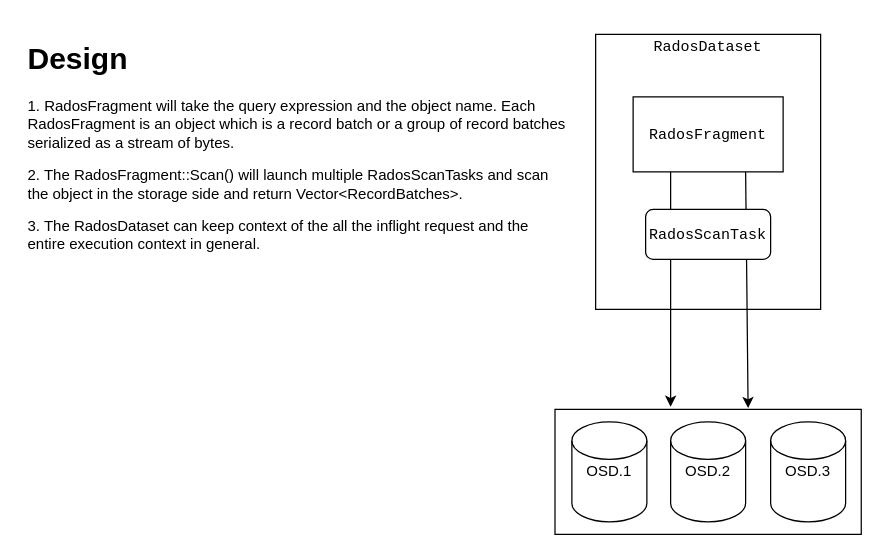
Earlier version of the draw.io diagram arrow-cls.drawio (JayjeetAtGithub/draw.io). Source tidied: cells renumbered, new cells numbered last; positions are measured from the earlier drawing's top-left corner, leaving out a move shared by most shapes. Both pictures are drawn from the tidied source at 125%, with x=0, y=0 at pixel (21, 34).
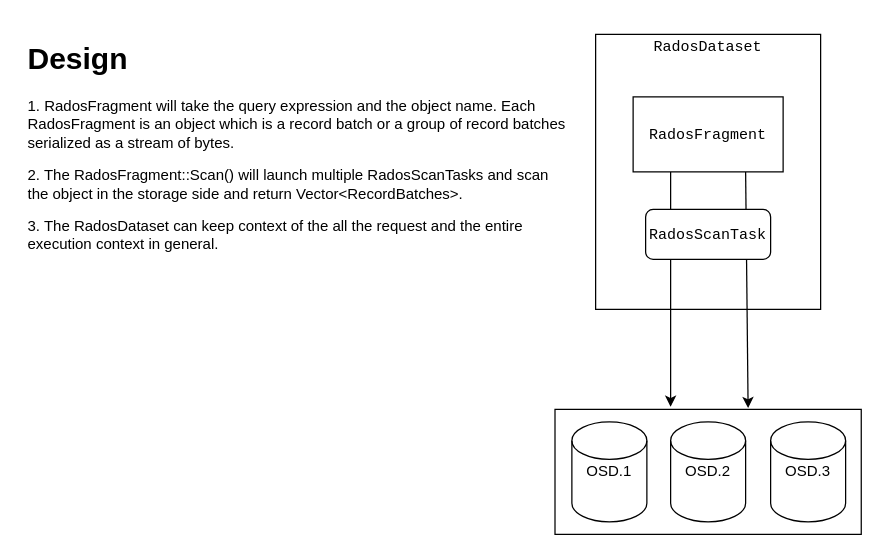
The same diagram, later.

The edit, as a diff of the source:
```diff
@@
 <mxGraphModel>
   <root>
     <mxCell id="0" />
     <mxCell id="1" parent="0" />
     <mxCell id="2" style="rounded=0;whiteSpace=wrap;html=1;" parent="1" vertex="1">
       <mxGeometry x="459" width="180" height="220" as="geometry" />
     </mxCell>
     <mxCell id="3" style="endArrow=classic;html=1;exitX=0.25;exitY=1;exitDx=0;exitDy=0;" parent="1" edge="1" source="7">
       <mxGeometry relative="1" as="geometry">
         <mxPoint x="519" y="298" as="targetPoint" />
       </mxGeometry>
     </mxCell>
     <mxCell id="4" style="endArrow=classic;html=1;exitX=0.75;exitY=1;exitDx=0;exitDy=0;" parent="1" edge="1" source="7">
       <mxGeometry relative="1" as="geometry">
         <mxPoint x="581" y="299" as="targetPoint" />
       </mxGeometry>
     </mxCell>
     <mxCell id="5" style="rounded=1;whiteSpace=wrap;html=1;" parent="1" vertex="1">
       <mxGeometry x="499" y="140" width="100" height="40" as="geometry" />
     </mxCell>
     <mxCell id="6" style="rounded=0;whiteSpace=wrap;html=1;" parent="1" vertex="1">
       <mxGeometry x="426.5" y="300" width="245" height="100" as="geometry" />
     </mxCell>
     <mxCell id="7" value="&lt;font face=&quot;Courier New&quot;&gt;RadosFragment&lt;/font&gt;" style="rounded=0;whiteSpace=wrap;html=1;" parent="1" vertex="1">
       <mxGeometry x="489" y="50" width="120" height="60" as="geometry" />
     </mxCell>
     <mxCell id="8" value="OSD.3" style="shape=cylinder2;whiteSpace=wrap;html=1;boundedLbl=1;backgroundOutline=1;size=15;" parent="1" vertex="1">
       <mxGeometry x="599" y="310" width="60" height="80" as="geometry" />
     </mxCell>
     <mxCell id="9" value="OSD.2" style="shape=cylinder2;whiteSpace=wrap;html=1;boundedLbl=1;backgroundOutline=1;size=15;" parent="1" vertex="1">
       <mxGeometry x="519" y="310" width="60" height="80" as="geometry" />
     </mxCell>
     <mxCell id="10" value="OSD.1" style="shape=cylinder2;whiteSpace=wrap;html=1;boundedLbl=1;backgroundOutline=1;size=15;" parent="1" vertex="1">
       <mxGeometry x="440" y="310" width="60" height="80" as="geometry" />
     </mxCell>
     <mxCell id="11" value="&lt;font face=&quot;Courier New&quot;&gt;RadosScanTask&lt;/font&gt;" style="text;html=1;strokeColor=none;fillColor=none;align=center;verticalAlign=middle;whiteSpace=wrap;rounded=0;" parent="1" vertex="1">
       <mxGeometry x="529" y="150" width="40" height="20" as="geometry" />
     </mxCell>
-    <mxCell id="12" value="&lt;h1&gt;Design&lt;/h1&gt;&lt;p&gt;1. RadosFragment will take the query expression and the object name. Each RadosFragment is an object which is a record batch or a group of record batches serialized as a stream of bytes.&lt;/p&gt;&lt;p&gt;2. The RadosFragment::Scan() will launch multiple RadosScanTasks and scan the object in the storage side and return Vector&amp;lt;RecordBatches&amp;gt;.&lt;/p&gt;&lt;p&gt;3. The RadosDataset can keep context of the all the inflight request and the entire execution context in general.&lt;/p&gt;&lt;p&gt;&lt;br&gt;&lt;/p&gt;&lt;p&gt;&lt;br&gt;&lt;/p&gt;" style="text;html=1;strokeColor=none;fillColor=none;spacing=5;spacingTop=-20;whiteSpace=wrap;overflow=hidden;rounded=0;" parent="1" vertex="1">
+    <mxCell id="12" value="&lt;h1&gt;Design&lt;/h1&gt;&lt;p&gt;1. RadosFragment will take the query expression and the object name. Each RadosFragment is an object which is a record batch or a group of record batches serialized as a stream of bytes.&lt;/p&gt;&lt;p&gt;2. The RadosFragment::Scan() will launch multiple RadosScanTasks and scan the object in the storage side and return Vector&amp;lt;RecordBatches&amp;gt;.&lt;/p&gt;&lt;p&gt;3. The RadosDataset can keep context of the all the request and the entire execution context in general.&lt;/p&gt;&lt;p&gt;&lt;br&gt;&lt;/p&gt;&lt;p&gt;&lt;br&gt;&lt;/p&gt;" style="text;html=1;strokeColor=none;fillColor=none;spacing=5;spacingTop=-20;whiteSpace=wrap;overflow=hidden;rounded=0;" parent="1" vertex="1">
       <mxGeometry width="440" height="200" as="geometry" />
     </mxCell>
     <mxCell id="13" style="edgeStyle=orthogonalEdgeStyle;rounded=0;orthogonalLoop=1;jettySize=auto;html=1;exitX=0.5;exitY=1;exitDx=0;exitDy=0;" parent="1" edge="1" source="2" target="2">
       <mxGeometry relative="1" as="geometry" />
     </mxCell>
     <mxCell id="14" value="&lt;font face=&quot;Courier New&quot;&gt;RadosDataset&lt;/font&gt;" style="text;html=1;strokeColor=none;fillColor=none;align=center;verticalAlign=middle;whiteSpace=wrap;rounded=0;" parent="1" vertex="1">
       <mxGeometry x="529" width="40" height="20" as="geometry" />
     </mxCell>
   </root>
 </mxGraphModel>
```
